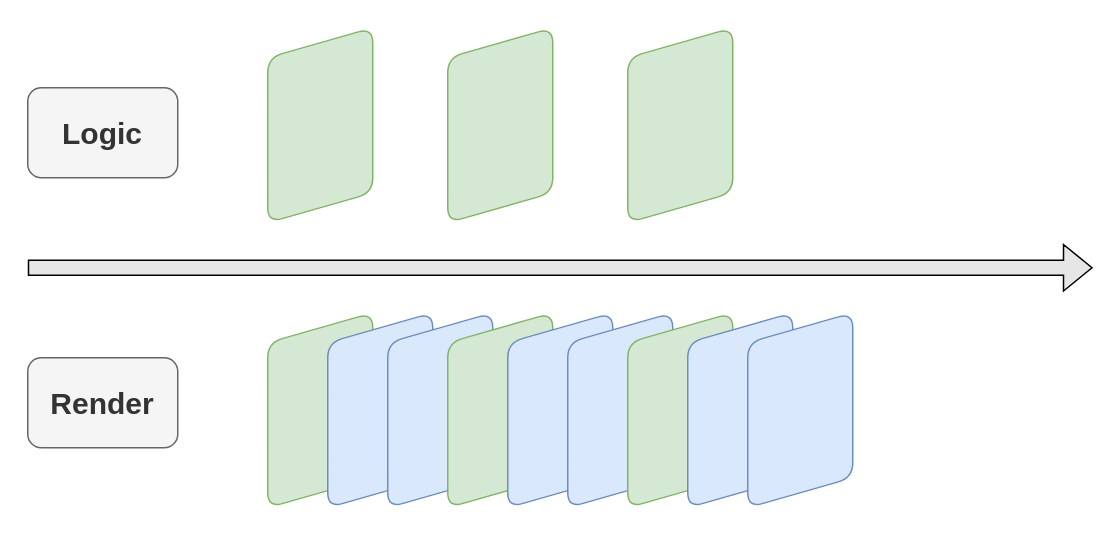
Before: page "Frame" (47 of 48) of booming/Booming ypwangv8.0 final new 104ppt-17.drawio in yrdimple/flowChart, a draw.io diagram. Source tidied: cells renumbered, new cells numbered last; positions are measured from the earlier drawing's top-left corner, leaving out a move shared by most shapes. Both pictures are drawn from the tidied source at 150%, with x=0, y=0 at pixel (27, 72).
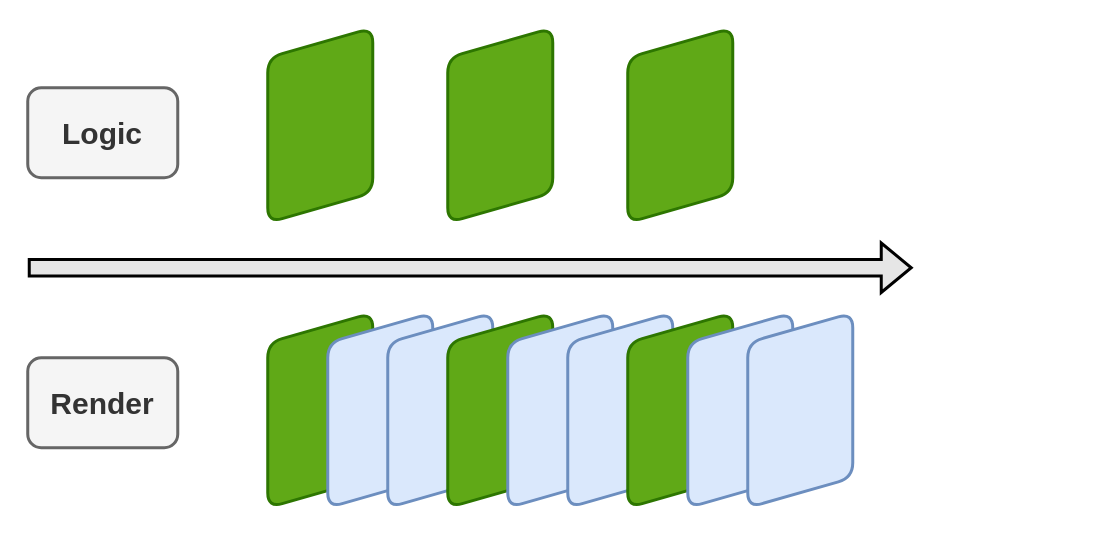
Above is the later version.

Diff of the diagram source:
```diff
@@
 <mxGraphModel>
   <root>
     <mxCell id="0" />
     <mxCell id="1" parent="0" />
-    <mxCell id="2" style="shape=parallelogram;perimeter=parallelogramPerimeter;whiteSpace=wrap;html=1;fixedSize=1;rotation=-90;flipH=1;rounded=1;fillColor=#d5e8d4;strokeColor=#82b366;" parent="1" vertex="1">
+    <mxCell id="2" style="shape=parallelogram;perimeter=parallelogramPerimeter;whiteSpace=wrap;html=1;fixedSize=1;rotation=-90;flipH=1;rounded=1;fillColor=#60a917;strokeColor=#2D7600;fontColor=#ffffff;strokeWidth=2;" parent="1" vertex="1">
       <mxGeometry x="130" y="190" width="130" height="70" as="geometry" />
     </mxCell>
-    <mxCell id="3" style="shape=parallelogram;perimeter=parallelogramPerimeter;whiteSpace=wrap;html=1;fixedSize=1;rotation=-90;flipH=1;rounded=1;fillColor=#dae8fc;strokeColor=#6c8ebf;" parent="1" vertex="1">
+    <mxCell id="3" style="shape=parallelogram;perimeter=parallelogramPerimeter;whiteSpace=wrap;html=1;fixedSize=1;rotation=-90;flipH=1;rounded=1;fillColor=#dae8fc;strokeColor=#6c8ebf;strokeWidth=2;" parent="1" vertex="1">
       <mxGeometry x="170" y="190" width="130" height="70" as="geometry" />
     </mxCell>
-    <mxCell id="4" style="shape=parallelogram;perimeter=parallelogramPerimeter;whiteSpace=wrap;html=1;fixedSize=1;rotation=-90;flipH=1;rounded=1;fillColor=#dae8fc;strokeColor=#6c8ebf;" parent="1" vertex="1">
+    <mxCell id="4" style="shape=parallelogram;perimeter=parallelogramPerimeter;whiteSpace=wrap;html=1;fixedSize=1;rotation=-90;flipH=1;rounded=1;fillColor=#dae8fc;strokeColor=#6c8ebf;strokeWidth=2;" parent="1" vertex="1">
       <mxGeometry x="210" y="190" width="130" height="70" as="geometry" />
     </mxCell>
-    <mxCell id="5" style="shape=parallelogram;perimeter=parallelogramPerimeter;whiteSpace=wrap;html=1;fixedSize=1;rotation=-90;flipH=1;rounded=1;fillColor=#d5e8d4;strokeColor=#82b366;" parent="1" vertex="1">
+    <mxCell id="5" style="shape=parallelogram;perimeter=parallelogramPerimeter;whiteSpace=wrap;html=1;fixedSize=1;rotation=-90;flipH=1;rounded=1;fillColor=#60a917;strokeColor=#2D7600;fontColor=#ffffff;strokeWidth=2;" parent="1" vertex="1">
       <mxGeometry x="250" y="190" width="130" height="70" as="geometry" />
     </mxCell>
-    <mxCell id="6" style="shape=parallelogram;perimeter=parallelogramPerimeter;whiteSpace=wrap;html=1;fixedSize=1;rotation=-90;flipH=1;rounded=1;fillColor=#dae8fc;strokeColor=#6c8ebf;" parent="1" vertex="1">
+    <mxCell id="6" style="shape=parallelogram;perimeter=parallelogramPerimeter;whiteSpace=wrap;html=1;fixedSize=1;rotation=-90;flipH=1;rounded=1;fillColor=#dae8fc;strokeColor=#6c8ebf;strokeWidth=2;" parent="1" vertex="1">
       <mxGeometry x="290" y="190" width="130" height="70" as="geometry" />
     </mxCell>
-    <mxCell id="7" style="shape=parallelogram;perimeter=parallelogramPerimeter;whiteSpace=wrap;html=1;fixedSize=1;rotation=-90;flipH=1;rounded=1;fillColor=#dae8fc;strokeColor=#6c8ebf;" parent="1" vertex="1">
+    <mxCell id="7" style="shape=parallelogram;perimeter=parallelogramPerimeter;whiteSpace=wrap;html=1;fixedSize=1;rotation=-90;flipH=1;rounded=1;fillColor=#dae8fc;strokeColor=#6c8ebf;strokeWidth=2;" parent="1" vertex="1">
       <mxGeometry x="330" y="190" width="130" height="70" as="geometry" />
     </mxCell>
-    <mxCell id="8" style="shape=parallelogram;perimeter=parallelogramPerimeter;whiteSpace=wrap;html=1;fixedSize=1;rotation=-90;flipH=1;rounded=1;fillColor=#d5e8d4;strokeColor=#82b366;" parent="1" vertex="1">
+    <mxCell id="8" style="shape=parallelogram;perimeter=parallelogramPerimeter;whiteSpace=wrap;html=1;fixedSize=1;rotation=-90;flipH=1;rounded=1;fillColor=#60a917;strokeColor=#2D7600;fontColor=#ffffff;strokeWidth=2;" parent="1" vertex="1">
       <mxGeometry x="370" y="190" width="130" height="70" as="geometry" />
     </mxCell>
-    <mxCell id="9" style="shape=parallelogram;perimeter=parallelogramPerimeter;whiteSpace=wrap;html=1;fixedSize=1;rotation=-90;flipH=1;rounded=1;fillColor=#dae8fc;strokeColor=#6c8ebf;" parent="1" vertex="1">
+    <mxCell id="9" style="shape=parallelogram;perimeter=parallelogramPerimeter;whiteSpace=wrap;html=1;fixedSize=1;rotation=-90;flipH=1;rounded=1;fillColor=#dae8fc;strokeColor=#6c8ebf;strokeWidth=2;" parent="1" vertex="1">
       <mxGeometry x="410" y="190" width="130" height="70" as="geometry" />
     </mxCell>
-    <mxCell id="10" style="shape=parallelogram;perimeter=parallelogramPerimeter;whiteSpace=wrap;html=1;fixedSize=1;rotation=-90;flipH=1;rounded=1;fillColor=#dae8fc;strokeColor=#6c8ebf;" parent="1" vertex="1">
+    <mxCell id="10" style="shape=parallelogram;perimeter=parallelogramPerimeter;whiteSpace=wrap;html=1;fixedSize=1;rotation=-90;flipH=1;rounded=1;fillColor=#dae8fc;strokeColor=#6c8ebf;strokeWidth=2;" parent="1" vertex="1">
       <mxGeometry x="450" y="190" width="130" height="70" as="geometry" />
     </mxCell>
-    <mxCell id="11" style="shape=parallelogram;perimeter=parallelogramPerimeter;whiteSpace=wrap;html=1;fixedSize=1;rotation=-90;flipH=1;rounded=1;fillColor=#d5e8d4;strokeColor=#82b366;" parent="1" vertex="1">
+    <mxCell id="11" style="shape=parallelogram;perimeter=parallelogramPerimeter;whiteSpace=wrap;html=1;fixedSize=1;rotation=-90;flipH=1;rounded=1;fillColor=#60a917;strokeColor=#2D7600;fontColor=#ffffff;strokeWidth=2;" parent="1" vertex="1">
       <mxGeometry x="130" width="130" height="70" as="geometry" />
     </mxCell>
-    <mxCell id="12" style="shape=parallelogram;perimeter=parallelogramPerimeter;whiteSpace=wrap;html=1;fixedSize=1;rotation=-90;flipH=1;rounded=1;fillColor=#d5e8d4;strokeColor=#82b366;" parent="1" vertex="1">
+    <mxCell id="12" style="shape=parallelogram;perimeter=parallelogramPerimeter;whiteSpace=wrap;html=1;fixedSize=1;rotation=-90;flipH=1;rounded=1;fillColor=#60a917;strokeColor=#2D7600;fontColor=#ffffff;strokeWidth=2;" parent="1" vertex="1">
       <mxGeometry x="250" width="130" height="70" as="geometry" />
     </mxCell>
-    <mxCell id="13" style="shape=parallelogram;perimeter=parallelogramPerimeter;whiteSpace=wrap;html=1;fixedSize=1;rotation=-90;flipH=1;rounded=1;fillColor=#d5e8d4;strokeColor=#82b366;" parent="1" vertex="1">
+    <mxCell id="13" style="shape=parallelogram;perimeter=parallelogramPerimeter;whiteSpace=wrap;html=1;fixedSize=1;rotation=-90;flipH=1;rounded=1;fillColor=#60a917;strokeColor=#2D7600;fontColor=#ffffff;strokeWidth=2;" parent="1" vertex="1">
       <mxGeometry x="370" width="130" height="70" as="geometry" />
     </mxCell>
-    <mxCell id="14" style="shape=flexArrow;endArrow=classic;html=1;rounded=0;fillColor=#E6E6E6;" parent="1" edge="1">
+    <mxCell id="14" style="shape=flexArrow;endArrow=classic;html=1;rounded=0;fillColor=#E6E6E6;strokeWidth=2;" parent="1" edge="1">
       <mxGeometry relative="1" as="geometry">
         <mxPoint y="130" as="sourcePoint" />
-        <mxPoint x="710" y="130" as="targetPoint" />
+        <mxPoint x="590" y="130" as="targetPoint" />
       </mxGeometry>
     </mxCell>
-    <mxCell id="15" value="Logic" style="rounded=1;whiteSpace=wrap;html=1;fillColor=#f5f5f5;fontColor=#333333;strokeColor=#666666;strokeWidth=1;fontSize=20;fontStyle=1;" parent="1" vertex="1">
+    <mxCell id="15" value="Logic" style="rounded=1;whiteSpace=wrap;html=1;fillColor=#f5f5f5;fontColor=#333333;strokeColor=#666666;strokeWidth=2;fontSize=20;fontStyle=1;" parent="1" vertex="1">
       <mxGeometry y="10" width="100" height="60" as="geometry" />
     </mxCell>
-    <mxCell id="16" value="Render" style="rounded=1;whiteSpace=wrap;html=1;fillColor=#f5f5f5;fontColor=#333333;strokeColor=#666666;strokeWidth=1;fontSize=20;fontStyle=1;" parent="1" vertex="1">
+    <mxCell id="16" value="Render" style="rounded=1;whiteSpace=wrap;html=1;fillColor=#f5f5f5;fontColor=#333333;strokeColor=#666666;strokeWidth=2;fontSize=20;fontStyle=1;" parent="1" vertex="1">
       <mxGeometry y="190" width="100" height="60" as="geometry" />
     </mxCell>
   </root>
 </mxGraphModel>
```
